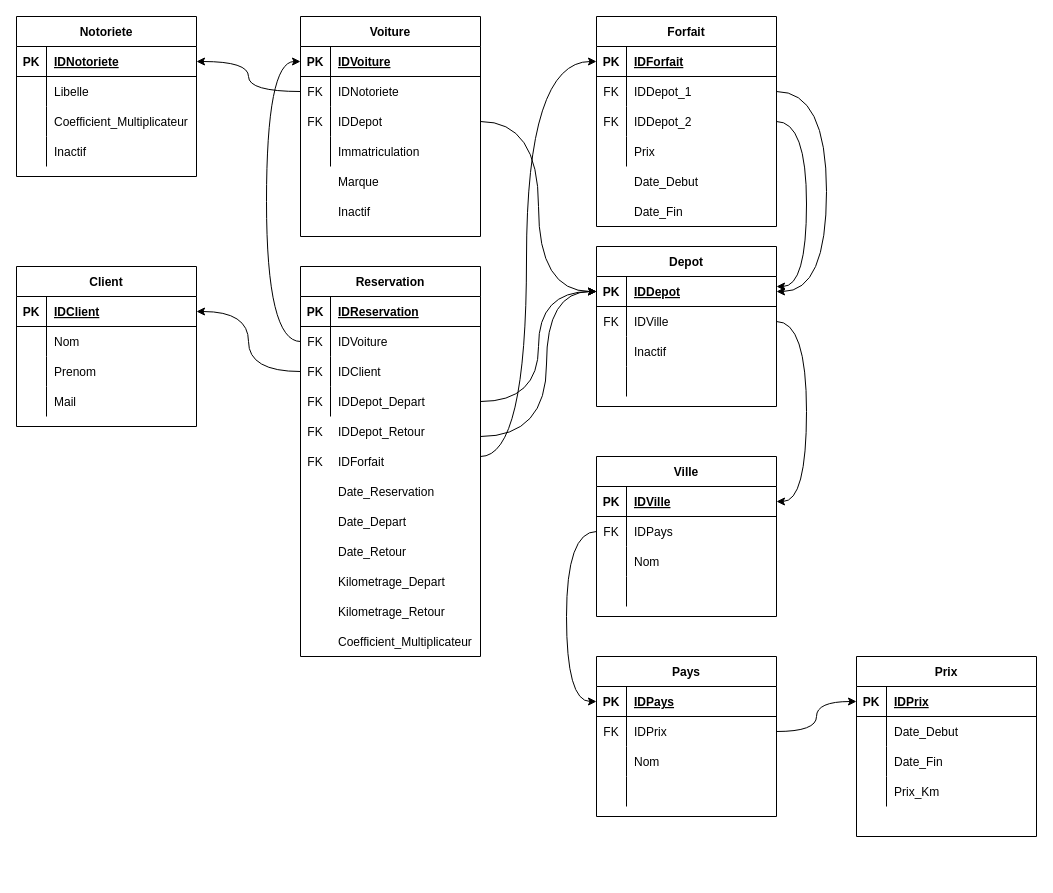
Earlier version of the draw.io diagram Projet_Schema-relationnel.drawio (Djounna/Projet_developpement_RentACar). Source tidied: cells renumbered, new cells numbered last; positions are measured from the earlier drawing's top-left corner, leaving out a move shared by most shapes. Both pictures are drawn from the tidied source at 100%, with x=0, y=0 at pixel (16, 16).
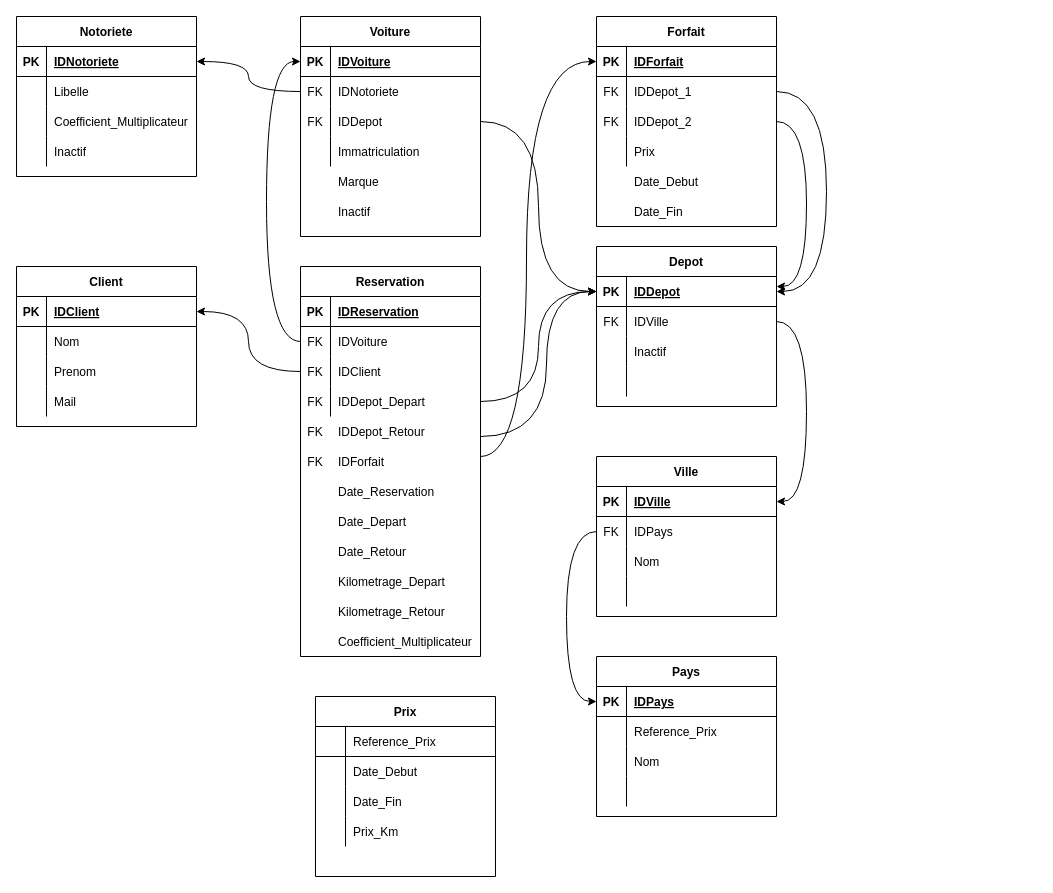
Above is the later version.

Unchanged cells that the change refers to:
```xml
<mxCell id="90" style="shape=partialRectangle;fillColor=none;top=0;left=0;bottom=0;right=0;points=[[0,0.5],[1,0.5]];portConstraint=eastwest;" parent="86" vertex="1">
  <mxGeometry y="60" width="180" height="30" as="geometry" />
</mxCell>
<mxCell id="100" style="shape=partialRectangle;fillColor=none;top=0;left=0;bottom=1;right=0;points=[[0,0.5],[1,0.5]];portConstraint=eastwest;" parent="99" vertex="1">
  <mxGeometry y="30" width="180" height="30" as="geometry" />
</mxCell>
```

The edit, as a diff of the source:
```diff
@@
-    <mxCell id="91" value="FK" style="shape=partialRectangle;fillColor=none;top=0;left=0;bottom=0;right=0;overflow=hidden;" parent="90" vertex="1">
+    <mxCell id="91" style="shape=partialRectangle;fillColor=none;top=0;left=0;bottom=0;right=0;overflow=hidden;" parent="90" vertex="1">
       <mxGeometry width="30" height="30" as="geometry" />
     </mxCell>
-    <mxCell id="92" value="IDPrix" style="shape=partialRectangle;fillColor=none;top=0;left=0;bottom=0;right=0;align=left;spacingLeft=6;overflow=hidden;" parent="90" vertex="1">
+    <mxCell id="92" value="Reference_Prix" style="shape=partialRectangle;fillColor=none;top=0;left=0;bottom=0;right=0;align=left;spacingLeft=6;overflow=hidden;" parent="90" vertex="1">
       <mxGeometry x="30" width="150" height="30" as="geometry" />
     </mxCell>
@@
     <mxCell id="99" value="Prix" style="shape=table;startSize=30;childLayout=tableLayout;rowLines=0;fontStyle=1;align=center;" parent="1" vertex="1">
-      <mxGeometry x="840" y="640" width="180" height="180" as="geometry" />
+      <mxGeometry x="299" y="680" width="180" height="180" as="geometry" />
     </mxCell>
@@
-    <mxCell id="101" value="PK" style="shape=partialRectangle;fillColor=none;top=0;left=0;bottom=0;right=0;fontStyle=1;overflow=hidden;" parent="100" vertex="1">
+    <mxCell id="101" style="shape=partialRectangle;fillColor=none;top=0;left=0;bottom=0;right=0;fontStyle=1;overflow=hidden;" parent="100" vertex="1">
       <mxGeometry width="30" height="30" as="geometry" />
     </mxCell>
-    <mxCell id="102" value="IDPrix" style="shape=partialRectangle;fillColor=none;top=0;left=0;bottom=0;right=0;align=left;spacingLeft=6;fontStyle=5;overflow=hidden;" parent="100" vertex="1">
+    <mxCell id="102" value="Reference_Prix" style="shape=partialRectangle;fillColor=none;top=0;left=0;bottom=0;right=0;align=left;spacingLeft=6;fontStyle=0;overflow=hidden;" parent="100" vertex="1">
       <mxGeometry x="30" width="150" height="30" as="geometry" />
     </mxCell>
@@
     <mxCell id="113" value="Prix_Km" style="shape=partialRectangle;fillColor=none;top=0;left=0;bottom=0;right=0;align=left;spacingLeft=6;overflow=hidden;" parent="1" vertex="1">
-      <mxGeometry x="870" y="760" width="150" height="30" as="geometry" />
+      <mxGeometry x="329" y="800" width="150" height="30" as="geometry" />
     </mxCell>
@@
-    <mxCell id="142" style="edgeStyle=orthogonalEdgeStyle;rounded=0;jettySize=auto;html=1;exitX=1;exitY=0.5;exitDx=0;exitDy=0;entryX=0;entryY=0.5;entryDx=0;entryDy=0;curved=1;" parent="1" edge="1" source="90" target="100">
-      <mxGeometry relative="1" as="geometry" />
-    </mxCell>
```
